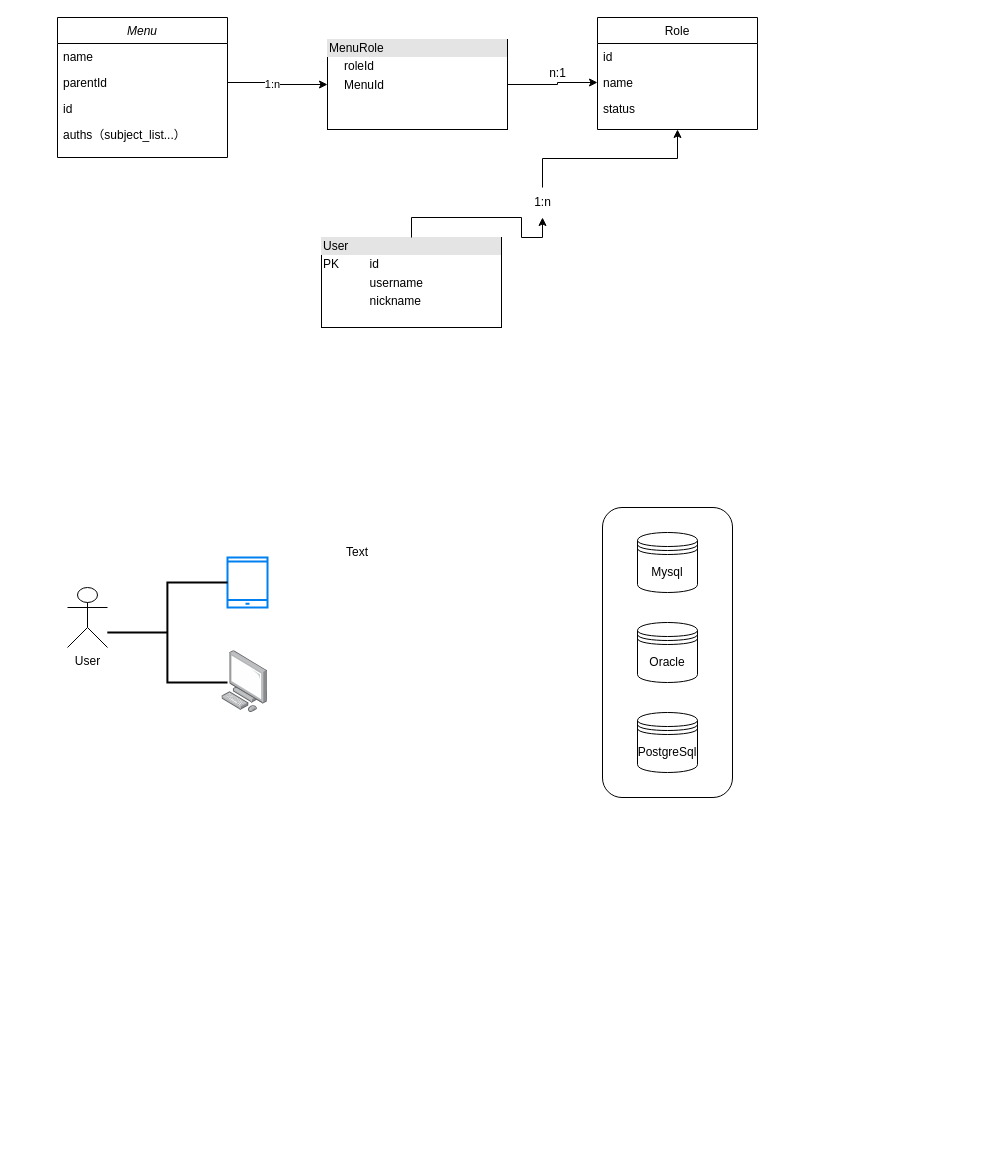
marc123gg/vue-zen-admin keeps this draw.io diagram as 未命名绘图.drawio. Above is the earlier version. Source tidied: cells renumbered, new cells numbered last; positions are measured from the earlier drawing's top-left corner, leaving out a move shared by most shapes. Both pictures are drawn from the tidied source at 100%, with x=0, y=0 at pixel (57, 17).
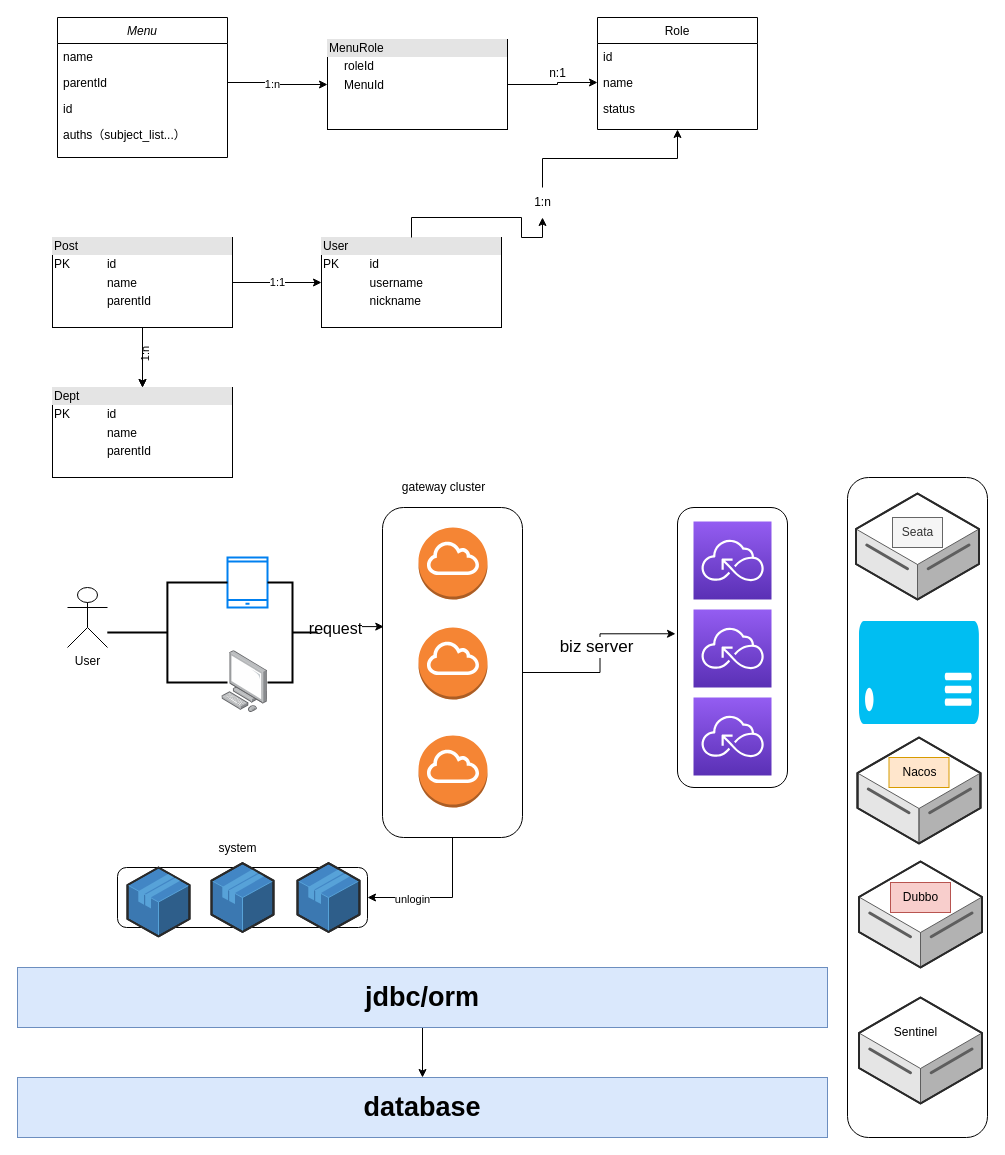
The same page after the edit.

The change refers to these unchanged cells:
```xml
<mxCell id="25" value="&lt;div style=&quot;box-sizing:border-box;width:100%;background:#e4e4e4;padding:2px;&quot;&gt;User&lt;/div&gt;&lt;table style=&quot;width:100%;font-size:1em;&quot; cellpadding=&quot;2&quot; cellspacing=&quot;0&quot;&gt;&lt;tbody&gt;&lt;tr&gt;&lt;td&gt;PK&lt;/td&gt;&lt;td&gt;id&lt;/td&gt;&lt;/tr&gt;&lt;tr&gt;&lt;td&gt;&lt;br&gt;&lt;/td&gt;&lt;td&gt;username&lt;/td&gt;&lt;/tr&gt;&lt;tr&gt;&lt;td&gt;&lt;/td&gt;&lt;td&gt;nickname&lt;/td&gt;&lt;/tr&gt;&lt;/tbody&gt;&lt;/table&gt;" style="verticalAlign=top;align=left;overflow=fill;html=1;whiteSpace=wrap;" parent="1" vertex="1">
  <mxGeometry x="264" y="220" width="180" height="90" as="geometry" />
</mxCell>
```

What changed in the source:
```diff
@@
-    <mxCell id="18" style="rounded=1;whiteSpace=wrap;html=1;strokeColor=default;fontFamily=Helvetica;fontSize=12;fontColor=default;fillColor=default;shadow=0;direction=north;" parent="1" vertex="1">
-      <mxGeometry x="545" y="490" width="130" height="290" as="geometry" />
-    </mxCell>
-    <mxCell id="19" value="Mysql" style="shape=datastore;whiteSpace=wrap;html=1;strokeColor=default;fontFamily=Helvetica;fontSize=12;fontColor=default;fillColor=default;" parent="1" vertex="1">
-      <mxGeometry x="580" y="515" width="60" height="60" as="geometry" />
-    </mxCell>
-    <mxCell id="20" value="Oracle" style="shape=datastore;whiteSpace=wrap;html=1;strokeColor=default;fontFamily=Helvetica;fontSize=12;fontColor=default;fillColor=default;" parent="1" vertex="1">
-      <mxGeometry x="580" y="605" width="60" height="60" as="geometry" />
-    </mxCell>
-    <mxCell id="21" value="PostgreSql" style="shape=datastore;whiteSpace=wrap;html=1;strokeColor=default;fontFamily=Helvetica;fontSize=12;fontColor=default;fillColor=default;" parent="1" vertex="1">
-      <mxGeometry x="580" y="695" width="60" height="60" as="geometry" />
-    </mxCell>
@@
-    <mxCell id="23" value="Text" style="text;strokeColor=none;align=center;fillColor=none;html=1;verticalAlign=middle;whiteSpace=wrap;rounded=0;fontSize=12;fontFamily=Helvetica;fontColor=default;" parent="1" vertex="1">
-      <mxGeometry x="270" y="520" width="60" height="30" as="geometry" />
-    </mxCell>
@@
+    <mxCell id="29" style="edgeStyle=orthogonalEdgeStyle;rounded=0;jettySize=auto;html=1;exitX=1;exitY=0.5;exitDx=0;exitDy=0;entryX=0;entryY=0.5;entryDx=0;entryDy=0;" parent="1" edge="1" source="34" target="25">
+      <mxGeometry relative="1" as="geometry" />
+    </mxCell>
+    <mxCell id="30" value="1:1" style="edgeLabel;html=1;align=center;verticalAlign=middle;" parent="29" vertex="1">
+      <mxGeometry x="-0.01" y="1" relative="1" as="geometry" />
+    </mxCell>
+    <mxCell id="31" style="edgeStyle=orthogonalEdgeStyle;rounded=0;jettySize=auto;html=1;exitX=0.5;exitY=1;exitDx=0;exitDy=0;entryX=0.5;entryY=0;entryDx=0;entryDy=0;" parent="1" edge="1" source="34" target="35">
+      <mxGeometry relative="1" as="geometry" />
+    </mxCell>
+    <mxCell id="32" value="1:n" style="edgeLabel;html=1;align=center;verticalAlign=middle;rotation=270;" parent="31" vertex="1">
+      <mxGeometry x="-0.07" y="2" relative="1" as="geometry" />
+    </mxCell>
+    <mxCell id="33" style="edgeStyle=orthogonalEdgeStyle;rounded=0;jettySize=auto;html=1;" parent="1" edge="1" source="34" target="35">
+      <mxGeometry relative="1" as="geometry" />
+    </mxCell>
+    <mxCell id="34" value="&lt;div style=&quot;box-sizing:border-box;width:100%;background:#e4e4e4;padding:2px;&quot;&gt;Post&lt;/div&gt;&lt;table style=&quot;width:100%;font-size:1em;&quot; cellpadding=&quot;2&quot; cellspacing=&quot;0&quot;&gt;&lt;tbody&gt;&lt;tr&gt;&lt;td&gt;PK&lt;/td&gt;&lt;td&gt;id&lt;/td&gt;&lt;/tr&gt;&lt;tr&gt;&lt;td&gt;&lt;br&gt;&lt;/td&gt;&lt;td&gt;name&lt;/td&gt;&lt;/tr&gt;&lt;tr&gt;&lt;td&gt;&lt;/td&gt;&lt;td&gt;parentId&lt;/td&gt;&lt;/tr&gt;&lt;/tbody&gt;&lt;/table&gt;" style="verticalAlign=top;align=left;overflow=fill;html=1;whiteSpace=wrap;" parent="1" vertex="1">
+      <mxGeometry x="-5" y="220" width="180" height="90" as="geometry" />
+    </mxCell>
+    <mxCell id="35" value="&lt;div style=&quot;box-sizing:border-box;width:100%;background:#e4e4e4;padding:2px;&quot;&gt;Dept&lt;/div&gt;&lt;table style=&quot;width:100%;font-size:1em;&quot; cellpadding=&quot;2&quot; cellspacing=&quot;0&quot;&gt;&lt;tbody&gt;&lt;tr&gt;&lt;td&gt;PK&lt;/td&gt;&lt;td&gt;id&lt;/td&gt;&lt;/tr&gt;&lt;tr&gt;&lt;td&gt;&lt;br&gt;&lt;/td&gt;&lt;td&gt;name&lt;/td&gt;&lt;/tr&gt;&lt;tr&gt;&lt;td&gt;&lt;/td&gt;&lt;td&gt;parentId&lt;/td&gt;&lt;/tr&gt;&lt;/tbody&gt;&lt;/table&gt;" style="verticalAlign=top;align=left;overflow=fill;html=1;whiteSpace=wrap;" parent="1" vertex="1">
+      <mxGeometry x="-5" y="370" width="180" height="90" as="geometry" />
+    </mxCell>
+    <mxCell id="36" style="edgeStyle=orthogonalEdgeStyle;rounded=0;jettySize=auto;html=1;exitX=1;exitY=0.5;exitDx=0;exitDy=0;entryX=1;entryY=0.5;entryDx=0;entryDy=0;" parent="1" edge="1" source="40" target="45">
+      <mxGeometry relative="1" as="geometry" />
+    </mxCell>
+    <mxCell id="37" value="unlogin" style="edgeLabel;html=1;align=center;verticalAlign=middle;" parent="36" vertex="1">
+      <mxGeometry x="0.4" y="1" relative="1" as="geometry">
+        <mxPoint x="1" as="offset" />
+      </mxGeometry>
+    </mxCell>
+    <mxCell id="38" style="edgeStyle=orthogonalEdgeStyle;rounded=0;jettySize=auto;html=1;exitX=0.5;exitY=0;exitDx=0;exitDy=0;entryX=0.451;entryY=1.018;entryDx=0;entryDy=0;entryPerimeter=0;" parent="1" edge="1" source="40" target="56">
+      <mxGeometry relative="1" as="geometry" />
+    </mxCell>
+    <mxCell id="39" value="&lt;font style=&quot;font-size: 17px;&quot;&gt;biz server&lt;/font&gt;" style="edgeLabel;html=1;align=center;verticalAlign=middle;" parent="38" vertex="1">
+      <mxGeometry x="0.07" y="4" relative="1" as="geometry" />
+    </mxCell>
+    <mxCell id="40" style="rounded=1;whiteSpace=wrap;html=1;direction=south;" parent="1" vertex="1">
+      <mxGeometry x="325" y="490" width="140" height="330" as="geometry" />
+    </mxCell>
+    <mxCell id="41" style="dashed=0;verticalLabelPosition=bottom;verticalAlign=top;align=center;html=1;shape=mxgraph.aws3.internet_gateway;fillColor=#F58534;gradientColor=none;" parent="1" vertex="1">
+      <mxGeometry x="361" y="510" width="69" height="72" as="geometry" />
+    </mxCell>
+    <mxCell id="42" style="dashed=0;verticalLabelPosition=bottom;verticalAlign=top;align=center;html=1;shape=mxgraph.aws3.internet_gateway;fillColor=#F58534;gradientColor=none;" parent="1" vertex="1">
+      <mxGeometry x="361" y="610" width="69" height="72" as="geometry" />
+    </mxCell>
+    <mxCell id="43" style="dashed=0;verticalLabelPosition=bottom;verticalAlign=top;align=center;html=1;shape=mxgraph.aws3.internet_gateway;fillColor=#F58534;gradientColor=none;" parent="1" vertex="1">
+      <mxGeometry x="361" y="718" width="69" height="72" as="geometry" />
+    </mxCell>
+    <mxCell id="44" value="gateway cluster" style="text;html=1;align=center;verticalAlign=middle;strokeColor=none;fillColor=none;" parent="1" vertex="1">
+      <mxGeometry x="331" y="455" width="110" height="30" as="geometry" />
+    </mxCell>
+    <mxCell id="45" style="rounded=1;whiteSpace=wrap;html=1;" parent="1" vertex="1">
+      <mxGeometry x="60" y="850" width="250" height="60" as="geometry" />
+    </mxCell>
+    <mxCell id="46" style="verticalLabelPosition=bottom;html=1;verticalAlign=top;strokeWidth=1;align=center;dashed=0;shape=mxgraph.aws3d.application;fillColor=#4286c5;strokeColor=#57A2D8;" parent="1" vertex="1">
+      <mxGeometry x="70" y="850" width="62" height="68.8" as="geometry" />
+    </mxCell>
+    <mxCell id="47" style="verticalLabelPosition=bottom;html=1;verticalAlign=top;strokeWidth=1;align=center;dashed=0;shape=mxgraph.aws3d.application;fillColor=#4286c5;strokeColor=#57A2D8;" parent="1" vertex="1">
+      <mxGeometry x="240" y="845.6" width="62" height="68.8" as="geometry" />
+    </mxCell>
+    <mxCell id="48" style="verticalLabelPosition=bottom;html=1;verticalAlign=top;strokeWidth=1;align=center;dashed=0;shape=mxgraph.aws3d.application;fillColor=#4286c5;strokeColor=#57A2D8;" parent="1" vertex="1">
+      <mxGeometry x="154" y="845.6" width="62" height="68.8" as="geometry" />
+    </mxCell>
+    <mxCell id="49" value="system" style="text;html=1;align=center;verticalAlign=middle;strokeColor=none;fillColor=none;" parent="1" vertex="1">
+      <mxGeometry x="150" y="815.6" width="60" height="30" as="geometry" />
+    </mxCell>
+    <mxCell id="50" style="edgeStyle=orthogonalEdgeStyle;rounded=0;jettySize=auto;html=1;" parent="1" edge="1" source="51" target="52">
+      <mxGeometry relative="1" as="geometry" />
+    </mxCell>
+    <mxCell id="51" value="&lt;b&gt;&lt;font style=&quot;font-size: 27px;&quot;&gt;jdbc/orm&lt;/font&gt;&lt;/b&gt;" style="rounded=0;whiteSpace=wrap;html=1;fillColor=#dae8fc;strokeColor=#6c8ebf;" parent="1" vertex="1">
+      <mxGeometry x="-40" y="950" width="810" height="60" as="geometry" />
+    </mxCell>
+    <mxCell id="52" value="&lt;b&gt;&lt;font style=&quot;font-size: 27px;&quot;&gt;database&lt;/font&gt;&lt;/b&gt;" style="rounded=0;whiteSpace=wrap;html=1;fillColor=#dae8fc;strokeColor=#6c8ebf;" parent="1" vertex="1">
+      <mxGeometry x="-40" y="1060" width="810" height="60" as="geometry" />
+    </mxCell>
+    <mxCell id="53" style="edgeStyle=orthogonalEdgeStyle;rounded=0;jettySize=auto;html=1;exitX=0;exitY=0.5;exitDx=0;exitDy=0;exitPerimeter=0;entryX=0.361;entryY=0.991;entryDx=0;entryDy=0;entryPerimeter=0;" parent="1" edge="1" source="55" target="40">
+      <mxGeometry relative="1" as="geometry" />
+    </mxCell>
+    <mxCell id="54" value="request" style="edgeLabel;html=1;align=center;verticalAlign=middle;fontSize=16;" parent="53" vertex="1">
+      <mxGeometry x="-0.53" y="5" relative="1" as="geometry" />
+    </mxCell>
+    <mxCell id="55" style="strokeWidth=2;html=1;shape=mxgraph.flowchart.annotation_2;align=left;labelPosition=right;direction=west;" parent="1" vertex="1">
+      <mxGeometry x="210" y="565" width="50" height="100" as="geometry" />
+    </mxCell>
+    <mxCell id="56" style="rounded=1;whiteSpace=wrap;html=1;direction=south;" parent="1" vertex="1">
+      <mxGeometry x="620" y="490" width="110" height="280" as="geometry" />
+    </mxCell>
+    <mxCell id="57" style="sketch=0;fontColor=#232F3E;gradientColor=#945DF2;gradientDirection=north;fillColor=#5A30B5;strokeColor=#ffffff;dashed=0;verticalLabelPosition=bottom;verticalAlign=top;align=center;html=1;fontSize=12;fontStyle=0;shape=mxgraph.aws4.resourceIcon;resIcon=mxgraph.aws4.serverless;" parent="1" vertex="1">
+      <mxGeometry x="636" y="680" width="78" height="78" as="geometry" />
+    </mxCell>
+    <mxCell id="58" style="sketch=0;fontColor=#232F3E;gradientColor=#945DF2;gradientDirection=north;fillColor=#5A30B5;strokeColor=#ffffff;dashed=0;verticalLabelPosition=bottom;verticalAlign=top;align=center;html=1;fontSize=12;fontStyle=0;shape=mxgraph.aws4.resourceIcon;resIcon=mxgraph.aws4.serverless;" parent="1" vertex="1">
+      <mxGeometry x="636" y="592" width="78" height="78" as="geometry" />
+    </mxCell>
+    <mxCell id="59" style="sketch=0;fontColor=#232F3E;gradientColor=#945DF2;gradientDirection=north;fillColor=#5A30B5;strokeColor=#ffffff;dashed=0;verticalLabelPosition=bottom;verticalAlign=top;align=center;html=1;fontSize=12;fontStyle=0;shape=mxgraph.aws4.resourceIcon;resIcon=mxgraph.aws4.serverless;" parent="1" vertex="1">
+      <mxGeometry x="636" y="504" width="78" height="78" as="geometry" />
+    </mxCell>
+    <mxCell id="60" style="rounded=1;whiteSpace=wrap;html=1;direction=south;" parent="1" vertex="1">
+      <mxGeometry x="790" y="460" width="140" height="660" as="geometry" />
+    </mxCell>
+    <mxCell id="61" style="verticalLabelPosition=bottom;html=1;verticalAlign=top;strokeWidth=1;align=center;dashed=0;shape=mxgraph.aws3d.dataServer;strokeColor=#5E5E5E;" parent="1" vertex="1">
+      <mxGeometry x="798.5" y="476" width="123" height="106" as="geometry" />
+    </mxCell>
+    <mxCell id="62" value="Seata" style="text;html=1;align=center;verticalAlign=middle;strokeColor=#666666;fillColor=#f5f5f5;fontColor=#333333;" parent="1" vertex="1">
+      <mxGeometry x="835" y="500" width="50" height="30" as="geometry" />
+    </mxCell>
+    <mxCell id="63" style="verticalLabelPosition=bottom;html=1;verticalAlign=top;align=center;strokeColor=none;fillColor=#00BEF2;shape=mxgraph.azure.server;" parent="1" vertex="1">
+      <mxGeometry x="801.5" y="603.5" width="120" height="103" as="geometry" />
+    </mxCell>
+    <mxCell id="64" style="verticalLabelPosition=bottom;html=1;verticalAlign=top;strokeWidth=1;align=center;dashed=0;shape=mxgraph.aws3d.dataServer;strokeColor=#5E5E5E;" parent="1" vertex="1">
+      <mxGeometry x="801.5" y="844" width="123" height="106" as="geometry" />
+    </mxCell>
+    <mxCell id="65" style="verticalLabelPosition=bottom;html=1;verticalAlign=top;strokeWidth=1;align=center;dashed=0;shape=mxgraph.aws3d.dataServer;strokeColor=#5E5E5E;" parent="1" vertex="1">
+      <mxGeometry x="800" y="720" width="123" height="106" as="geometry" />
+    </mxCell>
+    <mxCell id="66" style="verticalLabelPosition=bottom;html=1;verticalAlign=top;strokeWidth=1;align=center;dashed=0;shape=mxgraph.aws3d.dataServer;strokeColor=#5E5E5E;" parent="1" vertex="1">
+      <mxGeometry x="801.5" y="980" width="123" height="106" as="geometry" />
+    </mxCell>
+    <mxCell id="67" value="Nacos" style="text;html=1;align=center;verticalAlign=middle;strokeColor=#d79b00;fillColor=#ffe6cc;" parent="1" vertex="1">
+      <mxGeometry x="831.5" y="740" width="60" height="30" as="geometry" />
+    </mxCell>
+    <mxCell id="68" value="Dubbo" style="text;html=1;align=center;verticalAlign=middle;strokeColor=#b85450;fillColor=#f8cecc;" parent="1" vertex="1">
+      <mxGeometry x="833" y="865" width="60" height="30" as="geometry" />
+    </mxCell>
+    <mxCell id="69" value="Sentinel" style="text;html=1;align=center;verticalAlign=middle;strokeColor=none;fillColor=none;" parent="1" vertex="1">
+      <mxGeometry x="823" y="1000" width="70" height="30" as="geometry" />
+    </mxCell>
```
